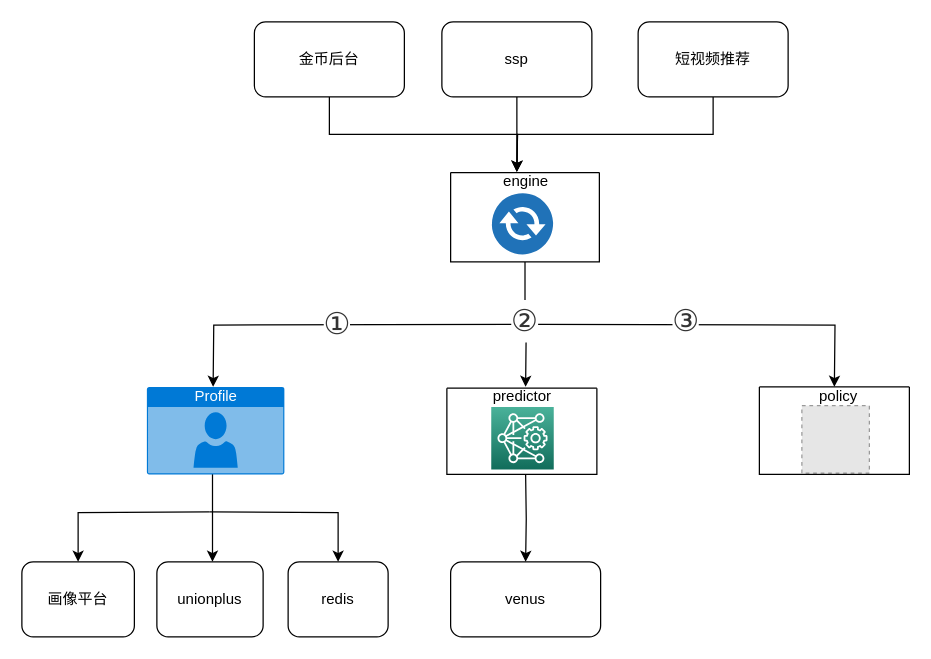
This is engineering/算法工程架构.drawio from gydong/graphs, a draw.io file, before an edit. Source tidied: cells renumbered, new cells numbered last; positions are measured from the earlier drawing's top-left corner, leaving out a move shared by most shapes. Both pictures are drawn from the tidied source at 125%, with x=0, y=0 at pixel (21, 21). Pictures stored in the file or linked from it are replaced by grey dashed boxes.
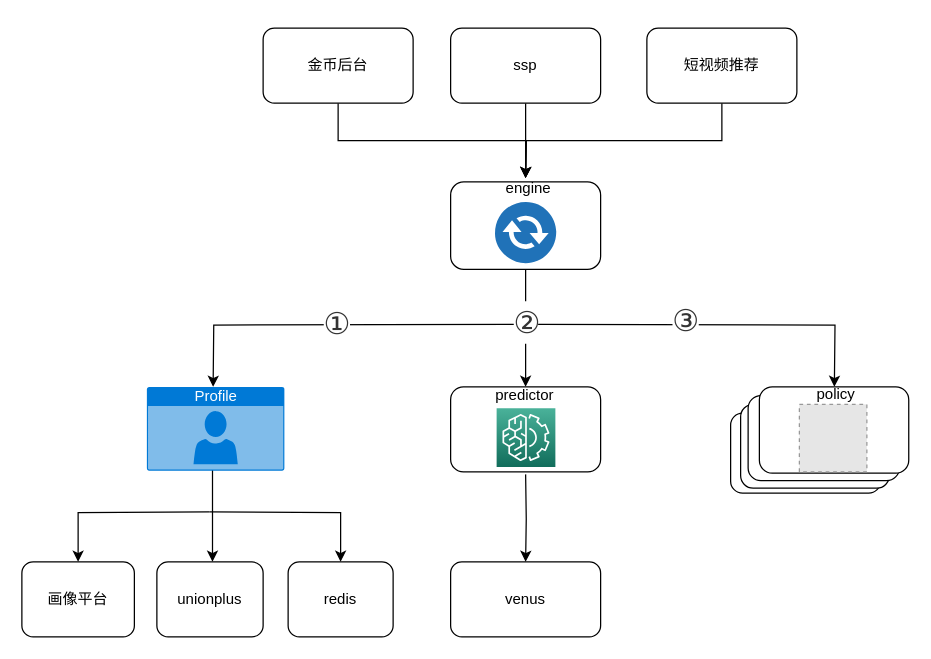
The same page after the edit.

Commit message:
更新算法工程架构.drawio

The edit, as a diff of the source:
```diff
@@
+    <mxCell id="32" style="rounded=1;whiteSpace=wrap;html=1;fillColor=#FFFFFF;" parent="1" vertex="1">
+      <mxGeometry x="567" y="313" width="120" height="64" as="geometry" />
+    </mxCell>
+    <mxCell id="33" style="rounded=1;whiteSpace=wrap;html=1;fillColor=#FFFFFF;" parent="1" vertex="1">
+      <mxGeometry x="575" y="306" width="119" height="67" as="geometry" />
+    </mxCell>
+    <mxCell id="34" style="rounded=1;whiteSpace=wrap;html=1;fillColor=#FFFFFF;" parent="1" vertex="1">
+      <mxGeometry x="581" y="299" width="121" height="68" as="geometry" />
+    </mxCell>
+    <mxCell id="35" style="rounded=1;whiteSpace=wrap;html=1;fillColor=#FFFFFF;" parent="1" vertex="1">
+      <mxGeometry x="590" y="292" width="119.5" height="69" as="geometry" />
+    </mxCell>
@@
-    <mxCell id="4" style="edgeStyle=orthogonalEdgeStyle;rounded=0;jettySize=auto;html=1;exitX=0.5;exitY=1;exitDx=0;exitDy=0;" parent="1" edge="1" source="25">
+    <mxCell id="4" style="edgeStyle=orthogonalEdgeStyle;rounded=0;jettySize=auto;html=1;exitX=0.5;exitY=1;exitDx=0;exitDy=0;" parent="1" edge="1" source="36">
       <mxGeometry relative="1" as="geometry">
         <mxPoint x="403" y="292" as="targetPoint" />
       </mxGeometry>
     </mxCell>
     <mxCell id="5" value="&lt;h1 style=&quot;margin: 0px; padding: 0px; font-variant-numeric: normal; font-variant-east-asian: normal; font-stretch: normal; font-size: 16px; line-height: 26px; font-family: &amp;quot;PingFang SC&amp;quot;, &amp;quot;Lantinghei SC&amp;quot;, &amp;quot;Microsoft YaHei&amp;quot;, arial, 宋体, sans-serif, tahoma; word-break: break-all; position: relative; color: rgb(51, 51, 51); text-align: start;&quot;&gt;&lt;span style=&quot;display: inline; font-size: 24px; line-height: 34px; font-weight: 400; overflow: hidden; vertical-align: middle;&quot; class=&quot;ask-title&quot;&gt;②&lt;/span&gt;&lt;/h1&gt;" style="edgeLabel;html=1;align=center;verticalAlign=middle;" parent="4" vertex="1">
       <mxGeometry x="0.24" relative="1" as="geometry">
-        <mxPoint x="-2" y="-15" as="offset" />
+        <mxPoint y="-17" as="offset" />
       </mxGeometry>
     </mxCell>
@@
     <mxCell id="14" value="redis" style="rounded=1;whiteSpace=wrap;html=1;" parent="1" vertex="1">
-      <mxGeometry x="213" y="432" width="80" height="60" as="geometry" />
+      <mxGeometry x="213" y="432" width="84" height="60" as="geometry" />
     </mxCell>
     <mxCell id="15" style="edgeStyle=orthogonalEdgeStyle;rounded=0;jettySize=auto;html=1;entryX=0.5;entryY=0;entryDx=0;entryDy=0;exitX=0.5;exitY=1;exitDx=0;exitDy=0;" parent="1" edge="1" source="16">
       <mxGeometry relative="1" as="geometry">
-        <mxPoint x="396" y="120" as="targetPoint" />
+        <mxPoint x="403" y="125" as="targetPoint" />
       </mxGeometry>
     </mxCell>
     <mxCell id="16" value="金币后台" style="rounded=1;whiteSpace=wrap;html=1;" parent="1" vertex="1">
-      <mxGeometry x="186" width="120" height="60" as="geometry" />
+      <mxGeometry x="193" y="5" width="120" height="60" as="geometry" />
     </mxCell>
     <mxCell id="17" style="edgeStyle=orthogonalEdgeStyle;rounded=0;jettySize=auto;html=1;entryX=0.5;entryY=0;entryDx=0;entryDy=0;" parent="1" edge="1" source="18">
       <mxGeometry relative="1" as="geometry">
-        <mxPoint x="396" y="120" as="targetPoint" />
+        <mxPoint x="403" y="125" as="targetPoint" />
       </mxGeometry>
     </mxCell>
     <mxCell id="18" value="ssp" style="rounded=1;whiteSpace=wrap;html=1;" parent="1" vertex="1">
-      <mxGeometry x="336" width="120" height="60" as="geometry" />
+      <mxGeometry x="343" y="5" width="120" height="60" as="geometry" />
     </mxCell>
     <mxCell id="19" style="edgeStyle=orthogonalEdgeStyle;rounded=0;jettySize=auto;html=1;entryX=0.5;entryY=0;entryDx=0;entryDy=0;exitX=0.5;exitY=1;exitDx=0;exitDy=0;" parent="1" edge="1" source="20">
       <mxGeometry relative="1" as="geometry">
-        <mxPoint x="396" y="120" as="targetPoint" />
+        <mxPoint x="403" y="125" as="targetPoint" />
       </mxGeometry>
     </mxCell>
     <mxCell id="20" value="短视频推荐" style="rounded=1;whiteSpace=wrap;html=1;" parent="1" vertex="1">
-      <mxGeometry x="493" width="120" height="60" as="geometry" />
+      <mxGeometry x="500" y="5" width="120" height="60" as="geometry" />
     </mxCell>
@@
     <mxCell id="22" style="fillColor=#E6E6E6;strokeColor=#999999;dashed=1;html=1;verticalAlign=top;verticalLabelPosition=bottom;labelBackgroundColor=#ffffff;" parent="1" vertex="1">
-      <mxGeometry x="624" y="307" width="54" height="54" as="geometry" />
+      <mxGeometry x="622" y="306" width="54" height="54" as="geometry" />
     </mxCell>
     <mxCell id="23" value="policy" style="text;html=1;align=center;verticalAlign=middle;strokeColor=none;fillColor=none;" parent="1" vertex="1">
-      <mxGeometry x="627.5" y="285" width="50" height="30" as="geometry" />
+      <mxGeometry x="625.5" y="283" width="50" height="30" as="geometry" />
     </mxCell>
     <mxCell id="24" value="Profile" style="html=1;strokeColor=none;fillColor=#0079D6;labelPosition=center;verticalLabelPosition=middle;verticalAlign=top;align=center;fontSize=12;spacingTop=-6;fontColor=#FFFFFF;sketch=0;shape=mxgraph.sitemap.profile;" parent="1" vertex="1">
-      <mxGeometry x="100" y="292" width="110" height="70" as="geometry" />
+      <mxGeometry x="100" y="292" width="110" height="67" as="geometry" />
     </mxCell>
-    <mxCell id="25" style="swimlane;startSize=0;rounded=0;" parent="1" vertex="1">
-      <mxGeometry x="343" y="120.5" width="119" height="71.5" as="geometry" />
-    </mxCell>
+    <mxCell id="36" style="rounded=1;whiteSpace=wrap;html=1;" parent="1" vertex="1">
+      <mxGeometry x="343" y="128" width="120" height="70" as="geometry" />
+    </mxCell>
-    <mxCell id="26" style="sketch=0;shadow=0;dashed=0;html=1;strokeColor=none;fillColor=#505050;labelPosition=center;verticalLabelPosition=bottom;verticalAlign=top;align=center;shape=mxgraph.office.communications.exchange_active_sync;fillColor=#2072B8;" parent="25" vertex="1">
-      <mxGeometry x="33" y="16.5" width="49" height="49" as="geometry" />
+    <mxCell id="26" style="sketch=0;shadow=0;dashed=0;html=1;strokeColor=none;fillColor=#505050;labelPosition=center;verticalLabelPosition=bottom;verticalAlign=top;align=center;shape=mxgraph.office.communications.exchange_active_sync;fillColor=#2072B8;" parent="1" vertex="1">
+      <mxGeometry x="378.5" y="144" width="49" height="49" as="geometry" />
     </mxCell>
-    <mxCell id="27" value="engine" style="text;html=1;align=center;verticalAlign=middle;strokeColor=none;fillColor=none;" parent="25" vertex="1">
-      <mxGeometry x="29.5" y="-7.5" width="60" height="30" as="geometry" />
+    <mxCell id="27" value="engine" style="text;html=1;align=center;verticalAlign=middle;strokeColor=none;fillColor=none;" parent="1" vertex="1">
+      <mxGeometry x="374.5" y="118" width="60" height="30" as="geometry" />
     </mxCell>
-    <mxCell id="28" style="swimlane;startSize=0;" parent="1" vertex="1">
-      <mxGeometry x="590" y="292" width="120" height="70" as="geometry" />
-    </mxCell>
-    <mxCell id="29" style="swimlane;startSize=0;fillColor=#67AB9F;" parent="1" vertex="1">
-      <mxGeometry x="340" y="293" width="120" height="69" as="geometry" />
-    </mxCell>
+    <mxCell id="37" style="rounded=1;whiteSpace=wrap;html=1;fillColor=#FFFFFF;" parent="1" vertex="1">
+      <mxGeometry x="343" y="292" width="120" height="68" as="geometry" />
+    </mxCell>
+    <mxCell id="38" style="sketch=0;fontColor=#232F3E;gradientColor=#4AB29A;gradientDirection=north;fillColor=#116D5B;strokeColor=#ffffff;dashed=0;verticalLabelPosition=bottom;verticalAlign=top;align=center;html=1;fontSize=12;fontStyle=0;shape=mxgraph.aws4.resourceIcon;resIcon=mxgraph.aws4.machine_learning;" parent="1" vertex="1">
+      <mxGeometry x="379.8" y="309" width="47" height="47" as="geometry" />
+    </mxCell>
-    <mxCell id="30" value="predictor" style="text;html=1;align=center;verticalAlign=middle;strokeColor=none;fillColor=none;" parent="29" vertex="1">
-      <mxGeometry x="24.5" y="-8" width="70" height="30" as="geometry" />
+    <mxCell id="30" value="predictor" style="text;html=1;align=center;verticalAlign=middle;strokeColor=none;fillColor=none;" parent="1" vertex="1">
+      <mxGeometry x="369.5" y="286" width="65" height="26" as="geometry" />
     </mxCell>
-    <mxCell id="31" style="sketch=0;fontColor=#232F3E;gradientColor=#4AB29A;gradientDirection=north;fillColor=#116D5B;strokeColor=#ffffff;dashed=0;verticalLabelPosition=bottom;verticalAlign=top;align=center;html=1;fontSize=12;fontStyle=0;shape=mxgraph.aws4.resourceIcon;resIcon=mxgraph.aws4.deep_learning_amis;" parent="29" vertex="1">
-      <mxGeometry x="35.5" y="15" width="50" height="50" as="geometry" />
-    </mxCell>
```
